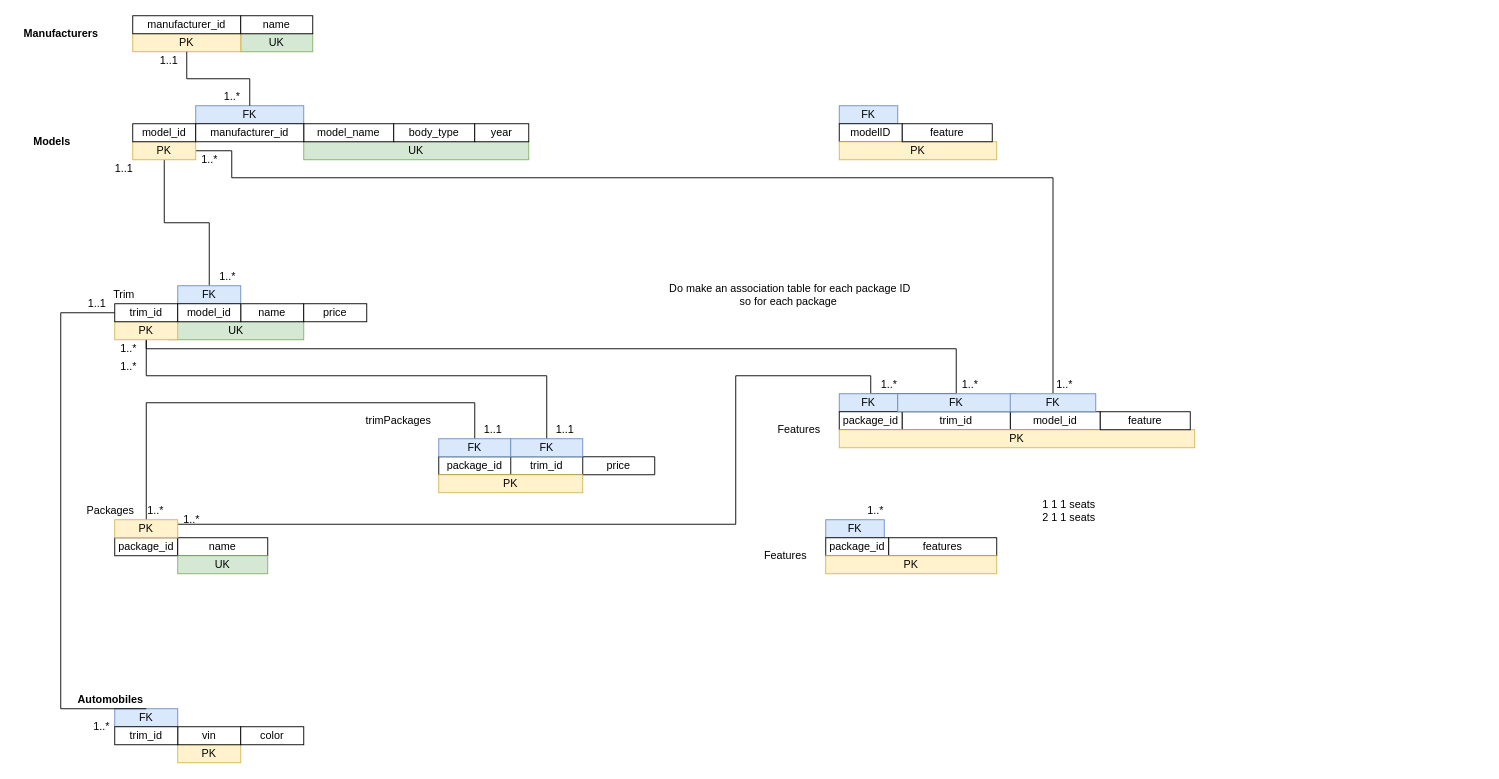
Earlier version of the draw.io diagram page "Scheme" (2 of 2) of Project 2.drawio (AnthraciteData/CECS-323-). Source tidied: cells renumbered, new cells numbered last; positions are measured from the earlier drawing's top-left corner, leaving out a move shared by most shapes. Both pictures are drawn from the tidied source at 90%, with x=0, y=0 at pixel (15, 15).
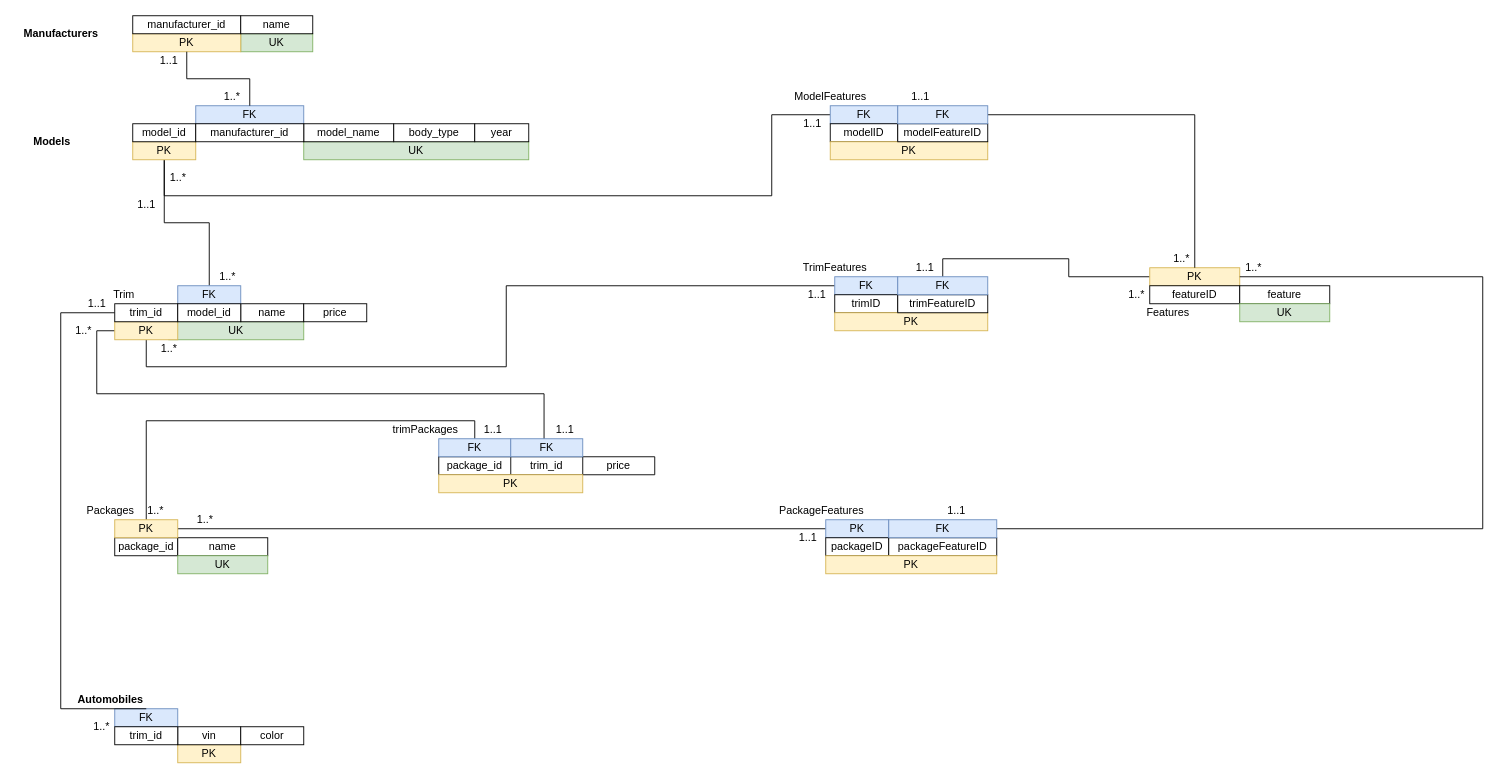
The same page after the edit.

The change refers to these unchanged cells:
```xml
<mxCell id="14" value="PK" style="whiteSpace=wrap;html=1;fillColor=#fff2cc;strokeColor=#d6b656;" parent="1" vertex="1">
  <mxGeometry x="130" y="140" width="70" height="20" as="geometry" />
</mxCell>
<mxCell id="37" value="PK" style="whiteSpace=wrap;html=1;fillColor=#fff2cc;strokeColor=#d6b656;" parent="1" vertex="1">
  <mxGeometry x="110" y="340" width="70" height="20" as="geometry" />
</mxCell>
<mxCell id="44" value="PK" style="whiteSpace=wrap;html=1;fillColor=#fff2cc;strokeColor=#d6b656;" parent="1" vertex="1">
  <mxGeometry x="110" y="560" width="70" height="20" as="geometry" />
</mxCell>
<mxCell id="57" value="FK" style="whiteSpace=wrap;html=1;fillColor=#dae8fc;strokeColor=#6c8ebf;" parent="1" vertex="1">
  <mxGeometry x="470" y="470" width="80" height="20" as="geometry" />
</mxCell>
<mxCell id="59" value="FK" style="whiteSpace=wrap;html=1;fillColor=#dae8fc;strokeColor=#6c8ebf;" parent="1" vertex="1">
  <mxGeometry x="550" y="470" width="80" height="20" as="geometry" />
</mxCell>
<mxCell id="76" value="1..1" style="text;html=1;align=center;verticalAlign=middle;points=[];strokeColor=none;fillColor=none;" parent="1" vertex="1">
  <mxGeometry x="590" y="450" width="40" height="20" as="geometry" />
</mxCell>
```

What changed in the source:
```diff
@@
-    <mxCell id="13" style="edgeStyle=orthogonalEdgeStyle;rounded=0;jettySize=auto;html=1;exitX=1;exitY=0.5;exitDx=0;exitDy=0;entryX=0.5;entryY=0;entryDx=0;entryDy=0;endArrow=none;endFill=0;" parent="1" edge="1" source="14" target="61">
-      <mxGeometry relative="1" as="geometry">
-        <Array as="points">
-          <mxPoint x="240" y="150" />
-          <mxPoint x="240" y="180" />
-          <mxPoint x="1153" y="180" />
-        </Array>
-      </mxGeometry>
-    </mxCell>
+    <mxCell id="89" style="edgeStyle=orthogonalEdgeStyle;rounded=0;jettySize=auto;html=1;entryX=0;entryY=0.5;entryDx=0;entryDy=0;endArrow=none;endFill=0;" parent="1" edge="1" source="14" target="85">
+      <mxGeometry relative="1" as="geometry">
+        <Array as="points">
+          <mxPoint x="165" y="200" />
+          <mxPoint x="840" y="200" />
+          <mxPoint x="840" y="110" />
+        </Array>
+      </mxGeometry>
+    </mxCell>
@@
     <mxCell id="26" value="1..1" style="text;html=1;align=center;verticalAlign=middle;strokeColor=none;fillColor=none;" parent="1" vertex="1">
-      <mxGeometry x="100" y="160" width="40" height="20" as="geometry" />
+      <mxGeometry x="125" y="200" width="40" height="20" as="geometry" />
     </mxCell>
@@
-    <mxCell id="28" value="Features" style="text;html=1;align=center;verticalAlign=middle;strokeColor=none;fillColor=none;" parent="1" vertex="1">
-      <mxGeometry x="840" y="450" width="60" height="20" as="geometry" />
-    </mxCell>
@@
-    <mxCell id="35" style="edgeStyle=orthogonalEdgeStyle;rounded=0;jettySize=auto;html=1;exitX=0.5;exitY=0;exitDx=0;exitDy=0;entryX=0.5;entryY=0;entryDx=0;entryDy=0;endArrow=none;endFill=0;" parent="1" edge="1" source="37" target="60">
-      <mxGeometry relative="1" as="geometry">
-        <Array as="points">
-          <mxPoint x="145" y="370" />
-          <mxPoint x="1045" y="370" />
-        </Array>
-      </mxGeometry>
-    </mxCell>
-    <mxCell id="36" style="edgeStyle=orthogonalEdgeStyle;rounded=0;jettySize=auto;html=1;endArrow=none;endFill=0;" parent="1" edge="1" source="37" target="59">
-      <mxGeometry relative="1" as="geometry">
-        <Array as="points">
-          <mxPoint x="145" y="400" />
-          <mxPoint x="590" y="400" />
-        </Array>
-      </mxGeometry>
-    </mxCell>
+    <mxCell id="90" style="edgeStyle=orthogonalEdgeStyle;rounded=0;jettySize=auto;html=1;entryX=0;entryY=0.5;entryDx=0;entryDy=0;endArrow=none;endFill=0;" parent="1" edge="1" source="37" target="94">
+      <mxGeometry relative="1" as="geometry">
+        <Array as="points">
+          <mxPoint x="145" y="390" />
+          <mxPoint x="545" y="390" />
+          <mxPoint x="545" y="300" />
+        </Array>
+      </mxGeometry>
+    </mxCell>
+    <mxCell id="91" style="edgeStyle=orthogonalEdgeStyle;rounded=0;jettySize=auto;html=1;entryX=-0.075;entryY=1.236;entryDx=0;entryDy=0;entryPerimeter=0;endArrow=none;endFill=0;" parent="1" edge="1" source="37" target="76">
+      <mxGeometry relative="1" as="geometry">
+        <Array as="points">
+          <mxPoint x="90" y="350" />
+          <mxPoint x="90" y="420" />
+          <mxPoint x="587" y="420" />
+        </Array>
+      </mxGeometry>
+    </mxCell>
@@
-    <mxCell id="42" style="edgeStyle=orthogonalEdgeStyle;rounded=0;jettySize=auto;html=1;exitX=1;exitY=0.25;exitDx=0;exitDy=0;entryX=0.5;entryY=0;entryDx=0;entryDy=0;endArrow=none;endFill=0;" parent="1" edge="1" source="44" target="60">
-      <mxGeometry relative="1" as="geometry">
-        <Array as="points">
-          <mxPoint x="800" y="565" />
-          <mxPoint x="800" y="400" />
-          <mxPoint x="950" y="400" />
-          <mxPoint x="950" y="420" />
-        </Array>
-      </mxGeometry>
-    </mxCell>
     <mxCell id="43" style="edgeStyle=orthogonalEdgeStyle;rounded=0;jettySize=auto;html=1;entryX=0.5;entryY=0;entryDx=0;entryDy=0;endArrow=none;endFill=0;" parent="1" edge="1" source="44" target="57">
       <mxGeometry relative="1" as="geometry">
         <Array as="points">
-          <mxPoint x="145" y="430" />
-          <mxPoint x="510" y="430" />
+          <mxPoint x="145" y="450" />
+          <mxPoint x="510" y="450" />
         </Array>
       </mxGeometry>
     </mxCell>
+    <mxCell id="92" style="edgeStyle=orthogonalEdgeStyle;rounded=0;jettySize=auto;html=1;entryX=0;entryY=0.5;entryDx=0;entryDy=0;endArrow=none;endFill=0;" parent="1" edge="1" source="44" target="79">
+      <mxGeometry relative="1" as="geometry" />
+    </mxCell>
@@
-    <mxCell id="45" value="FK" style="whiteSpace=wrap;html=1;fillColor=#dae8fc;strokeColor=#6c8ebf;" parent="1" vertex="1">
-      <mxGeometry x="915" y="420" width="65" height="20" as="geometry" />
-    </mxCell>
-    <mxCell id="46" value="package_id" style="whiteSpace=wrap;html=1;" parent="1" vertex="1">
-      <mxGeometry x="915" y="440" width="70" height="20" as="geometry" />
-    </mxCell>
-    <mxCell id="47" value="model_id" style="whiteSpace=wrap;html=1;" parent="1" vertex="1">
-      <mxGeometry x="1105" y="440" width="100" height="20" as="geometry" />
-    </mxCell>
-    <mxCell id="48" value="trim_id" style="whiteSpace=wrap;html=1;" parent="1" vertex="1">
-      <mxGeometry x="985" y="440" width="120" height="20" as="geometry" />
-    </mxCell>
-    <mxCell id="49" value="PK" style="whiteSpace=wrap;html=1;fillColor=#fff2cc;strokeColor=#d6b656;" parent="1" vertex="1">
-      <mxGeometry x="915" y="460" width="395" height="20" as="geometry" />
-    </mxCell>
-    <mxCell id="50" value="feature" style="whiteSpace=wrap;html=1;" parent="1" vertex="1">
-      <mxGeometry x="1205" y="440" width="100" height="20" as="geometry" />
-    </mxCell>
@@
-    <mxCell id="60" value="FK" style="whiteSpace=wrap;html=1;fillColor=#dae8fc;strokeColor=#6c8ebf;" parent="1" vertex="1">
-      <mxGeometry x="980" y="420" width="130" height="20" as="geometry" />
-    </mxCell>
-    <mxCell id="61" value="FK" style="whiteSpace=wrap;html=1;fillColor=#dae8fc;strokeColor=#6c8ebf;" parent="1" vertex="1">
-      <mxGeometry x="1105" y="420" width="95" height="20" as="geometry" />
-    </mxCell>
@@
-    <mxCell id="65" value="1..*" style="text;html=1;align=center;verticalAlign=middle;strokeColor=none;fillColor=none;" parent="1" vertex="1">
-      <mxGeometry x="955" y="400" width="30" height="20" as="geometry" />
-    </mxCell>
-    <mxCell id="66" value="1..*" style="text;html=1;align=center;verticalAlign=middle;strokeColor=none;fillColor=none;" parent="1" vertex="1">
-      <mxGeometry x="1045" y="400" width="30" height="20" as="geometry" />
-    </mxCell>
-    <mxCell id="67" value="1..*" style="text;html=1;align=center;verticalAlign=middle;strokeColor=none;fillColor=none;" parent="1" vertex="1">
-      <mxGeometry x="1150" y="400" width="30" height="20" as="geometry" />
-    </mxCell>
     <mxCell id="68" value="1..*" style="text;html=1;align=center;verticalAlign=middle;strokeColor=none;fillColor=none;" parent="1" vertex="1">
-      <mxGeometry x="200" y="150" width="30" height="20" as="geometry" />
+      <mxGeometry x="165" y="170" width="30" height="20" as="geometry" />
     </mxCell>
@@
     <mxCell id="70" value="1..*" style="text;html=1;align=center;verticalAlign=middle;strokeColor=none;fillColor=none;" parent="1" vertex="1">
-      <mxGeometry x="110" y="360" width="30" height="20" as="geometry" />
+      <mxGeometry x="60" y="340" width="30" height="20" as="geometry" />
     </mxCell>
     <mxCell id="71" value="1..*" style="text;html=1;align=center;verticalAlign=middle;strokeColor=none;fillColor=none;" parent="1" vertex="1">
-      <mxGeometry x="110" y="380" width="30" height="20" as="geometry" />
+      <mxGeometry x="155" y="360" width="30" height="20" as="geometry" />
     </mxCell>
     <mxCell id="72" value="trimPackages" style="text;html=1;align=center;verticalAlign=middle;strokeColor=none;fillColor=none;" parent="1" vertex="1">
-      <mxGeometry x="380" y="440" width="90" height="20" as="geometry" />
+      <mxGeometry x="410" y="450" width="90" height="20" as="geometry" />
     </mxCell>
-    <mxCell id="73" value="1..*" style="text;html=1;align=center;verticalAlign=middle;strokeColor=none;fillColor=none;" parent="1" vertex="1">
-      <mxGeometry x="180" y="550" width="30" height="20" as="geometry" />
-    </mxCell>
@@
-    <mxCell id="77" value="Do make an association table for each package ID&lt;br&gt;so for each package&amp;nbsp;" style="text;html=1;align=center;verticalAlign=middle;strokeColor=none;fillColor=none;" parent="1" vertex="1">
-      <mxGeometry x="720" y="295" width="280" height="30" as="geometry" />
-    </mxCell>
-    <mxCell id="78" value="Features" style="text;html=1;align=center;verticalAlign=middle;strokeColor=none;fillColor=none;" parent="1" vertex="1">
-      <mxGeometry x="825" y="590" width="60" height="20" as="geometry" />
+    <mxCell id="78" value="PackageFeatures" style="text;html=1;align=center;verticalAlign=middle;strokeColor=none;fillColor=none;" parent="1" vertex="1">
+      <mxGeometry x="840" y="540" width="110" height="20" as="geometry" />
     </mxCell>
-    <mxCell id="79" value="FK" style="whiteSpace=wrap;html=1;fillColor=#dae8fc;strokeColor=#6c8ebf;" parent="1" vertex="1">
-      <mxGeometry x="900" y="560" width="65" height="20" as="geometry" />
+    <mxCell id="79" value="PK" style="whiteSpace=wrap;html=1;fillColor=#dae8fc;strokeColor=#6c8ebf;" parent="1" vertex="1">
+      <mxGeometry x="900" y="560" width="70" height="20" as="geometry" />
     </mxCell>
-    <mxCell id="80" value="package_id" style="whiteSpace=wrap;html=1;" parent="1" vertex="1">
+    <mxCell id="80" value="packageID" style="whiteSpace=wrap;html=1;" parent="1" vertex="1">
       <mxGeometry x="900" y="580" width="70" height="20" as="geometry" />
     </mxCell>
-    <mxCell id="81" value="features" style="whiteSpace=wrap;html=1;" parent="1" vertex="1">
+    <mxCell id="81" value="packageFeatureID" style="whiteSpace=wrap;html=1;" parent="1" vertex="1">
       <mxGeometry x="970" y="580" width="120" height="20" as="geometry" />
     </mxCell>
@@
-    <mxCell id="83" value="1..*" style="text;html=1;align=center;verticalAlign=middle;strokeColor=none;fillColor=none;" parent="1" vertex="1">
-      <mxGeometry x="940" y="540" width="30" height="20" as="geometry" />
-    </mxCell>
-    <mxCell id="84" value="1 1 1 seats&lt;br&gt;2 1 1 seats" style="text;html=1;align=center;verticalAlign=middle;strokeColor=none;fillColor=none;" parent="1" vertex="1">
-      <mxGeometry x="1135" y="535" width="70" height="30" as="geometry" />
-    </mxCell>
     <mxCell id="85" value="FK" style="whiteSpace=wrap;html=1;fillColor=#dae8fc;strokeColor=#6c8ebf;" parent="1" vertex="1">
-      <mxGeometry x="915" y="100" width="65" height="20" as="geometry" />
+      <mxGeometry x="905" y="100" width="75" height="20" as="geometry" />
     </mxCell>
     <mxCell id="86" value="modelID" style="whiteSpace=wrap;html=1;" parent="1" vertex="1">
-      <mxGeometry x="915" y="120" width="70" height="20" as="geometry" />
+      <mxGeometry x="905" y="120" width="75" height="20" as="geometry" />
     </mxCell>
     <mxCell id="87" value="PK" style="whiteSpace=wrap;html=1;fillColor=#fff2cc;strokeColor=#d6b656;" parent="1" vertex="1">
-      <mxGeometry x="915" y="140" width="175" height="20" as="geometry" />
+      <mxGeometry x="905" y="140" width="175" height="20" as="geometry" />
     </mxCell>
-    <mxCell id="88" value="feature" style="whiteSpace=wrap;html=1;" parent="1" vertex="1">
-      <mxGeometry x="985" y="120" width="100" height="20" as="geometry" />
+    <mxCell id="88" value="modelFeatureID" style="whiteSpace=wrap;html=1;" parent="1" vertex="1">
+      <mxGeometry x="980" y="120" width="100" height="20" as="geometry" />
     </mxCell>
+    <mxCell id="93" value="ModelFeatures" style="text;html=1;align=center;verticalAlign=middle;strokeColor=none;fillColor=none;" parent="1" vertex="1">
+      <mxGeometry x="855" y="80" width="100" height="20" as="geometry" />
+    </mxCell>
+    <mxCell id="94" value="FK" style="whiteSpace=wrap;html=1;fillColor=#dae8fc;strokeColor=#6c8ebf;" parent="1" vertex="1">
+      <mxGeometry x="910" y="290" width="70" height="20" as="geometry" />
+    </mxCell>
+    <mxCell id="95" value="trimID" style="whiteSpace=wrap;html=1;" parent="1" vertex="1">
+      <mxGeometry x="910" y="310" width="70" height="20" as="geometry" />
+    </mxCell>
+    <mxCell id="96" value="PK" style="whiteSpace=wrap;html=1;fillColor=#fff2cc;strokeColor=#d6b656;" parent="1" vertex="1">
+      <mxGeometry x="910" y="330" width="170" height="20" as="geometry" />
+    </mxCell>
+    <mxCell id="97" value="trimFeatureID" style="whiteSpace=wrap;html=1;" parent="1" vertex="1">
+      <mxGeometry x="980" y="310" width="100" height="20" as="geometry" />
+    </mxCell>
+    <mxCell id="98" value="TrimFeatures" style="text;html=1;align=center;verticalAlign=middle;strokeColor=none;fillColor=none;" parent="1" vertex="1">
+      <mxGeometry x="865" y="270" width="90" height="20" as="geometry" />
+    </mxCell>
+    <mxCell id="99" style="edgeStyle=orthogonalEdgeStyle;rounded=0;jettySize=auto;html=1;entryX=0.5;entryY=0;entryDx=0;entryDy=0;endArrow=none;endFill=0;" parent="1" edge="1" source="100" target="104">
+      <mxGeometry relative="1" as="geometry" />
+    </mxCell>
+    <mxCell id="100" value="PK" style="whiteSpace=wrap;html=1;fillColor=#fff2cc;strokeColor=#d6b656;" parent="1" vertex="1">
+      <mxGeometry x="1260" y="280" width="100" height="20" as="geometry" />
+    </mxCell>
+    <mxCell id="28" value="Features" style="text;html=1;align=center;verticalAlign=middle;strokeColor=none;fillColor=none;" parent="1" vertex="1">
+      <mxGeometry x="1250" y="320" width="60" height="20" as="geometry" />
+    </mxCell>
+    <mxCell id="101" value="featureID" style="whiteSpace=wrap;html=1;" parent="1" vertex="1">
+      <mxGeometry x="1260" y="300" width="100" height="20" as="geometry" />
+    </mxCell>
+    <mxCell id="102" style="edgeStyle=orthogonalEdgeStyle;rounded=0;jettySize=auto;html=1;entryX=0.5;entryY=0;entryDx=0;entryDy=0;endArrow=none;endFill=0;" parent="1" edge="1" source="103" target="100">
+      <mxGeometry relative="1" as="geometry" />
+    </mxCell>
+    <mxCell id="103" value="FK" style="whiteSpace=wrap;html=1;fillColor=#dae8fc;strokeColor=#6c8ebf;" parent="1" vertex="1">
+      <mxGeometry x="980" y="100" width="100" height="20" as="geometry" />
+    </mxCell>
+    <mxCell id="104" value="FK" style="whiteSpace=wrap;html=1;fillColor=#dae8fc;strokeColor=#6c8ebf;" parent="1" vertex="1">
+      <mxGeometry x="980" y="290" width="100" height="20" as="geometry" />
+    </mxCell>
+    <mxCell id="105" style="edgeStyle=orthogonalEdgeStyle;rounded=0;jettySize=auto;html=1;entryX=1;entryY=0.5;entryDx=0;entryDy=0;endArrow=none;endFill=0;" parent="1" edge="1" source="106" target="100">
+      <mxGeometry relative="1" as="geometry">
+        <Array as="points">
+          <mxPoint x="1630" y="570" />
+          <mxPoint x="1630" y="290" />
+        </Array>
+      </mxGeometry>
+    </mxCell>
+    <mxCell id="106" value="FK" style="whiteSpace=wrap;html=1;fillColor=#dae8fc;strokeColor=#6c8ebf;" parent="1" vertex="1">
+      <mxGeometry x="970" y="560" width="120" height="20" as="geometry" />
+    </mxCell>
+    <mxCell id="107" value="1..*" style="text;html=1;align=center;verticalAlign=middle;strokeColor=none;fillColor=none;" parent="1" vertex="1">
+      <mxGeometry x="1230" y="300" width="30" height="20" as="geometry" />
+    </mxCell>
+    <mxCell id="108" value="1..*" style="text;html=1;align=center;verticalAlign=middle;strokeColor=none;fillColor=none;" parent="1" vertex="1">
+      <mxGeometry x="1360" y="270" width="30" height="20" as="geometry" />
+    </mxCell>
+    <mxCell id="109" value="1..*" style="text;html=1;align=center;verticalAlign=middle;strokeColor=none;fillColor=none;" parent="1" vertex="1">
+      <mxGeometry x="1280" y="260" width="30" height="20" as="geometry" />
+    </mxCell>
+    <mxCell id="110" value="1..1" style="text;html=1;align=center;verticalAlign=middle;strokeColor=none;fillColor=none;" parent="1" vertex="1">
+      <mxGeometry x="1025" y="540" width="40" height="20" as="geometry" />
+    </mxCell>
+    <mxCell id="111" value="1..1" style="text;html=1;align=center;verticalAlign=middle;strokeColor=none;fillColor=none;" parent="1" vertex="1">
+      <mxGeometry x="860" y="570" width="40" height="20" as="geometry" />
+    </mxCell>
+    <mxCell id="112" value="1..1" style="text;html=1;align=center;verticalAlign=middle;strokeColor=none;fillColor=none;" parent="1" vertex="1">
+      <mxGeometry x="990" y="270" width="40" height="20" as="geometry" />
+    </mxCell>
+    <mxCell id="113" value="1..1" style="text;html=1;align=center;verticalAlign=middle;strokeColor=none;fillColor=none;" parent="1" vertex="1">
+      <mxGeometry x="870" y="300" width="40" height="20" as="geometry" />
+    </mxCell>
+    <mxCell id="114" value="1..1" style="text;html=1;align=center;verticalAlign=middle;strokeColor=none;fillColor=none;" parent="1" vertex="1">
+      <mxGeometry x="985" y="80" width="40" height="20" as="geometry" />
+    </mxCell>
+    <mxCell id="115" value="1..1" style="text;html=1;align=center;verticalAlign=middle;strokeColor=none;fillColor=none;" parent="1" vertex="1">
+      <mxGeometry x="865" y="110" width="40" height="20" as="geometry" />
+    </mxCell>
+    <mxCell id="116" value="1..*" style="text;html=1;align=center;verticalAlign=middle;strokeColor=none;fillColor=none;" parent="1" vertex="1">
+      <mxGeometry x="195" y="550" width="30" height="20" as="geometry" />
+    </mxCell>
+    <mxCell id="50" value="feature" style="whiteSpace=wrap;html=1;" parent="1" vertex="1">
+      <mxGeometry x="1360" y="300" width="100" height="20" as="geometry" />
+    </mxCell>
+    <mxCell id="117" value="UK" style="whiteSpace=wrap;html=1;fillColor=#d5e8d4;strokeColor=#82b366;" parent="1" vertex="1">
+      <mxGeometry x="1360" y="320" width="100" height="20" as="geometry" />
+    </mxCell>
```
